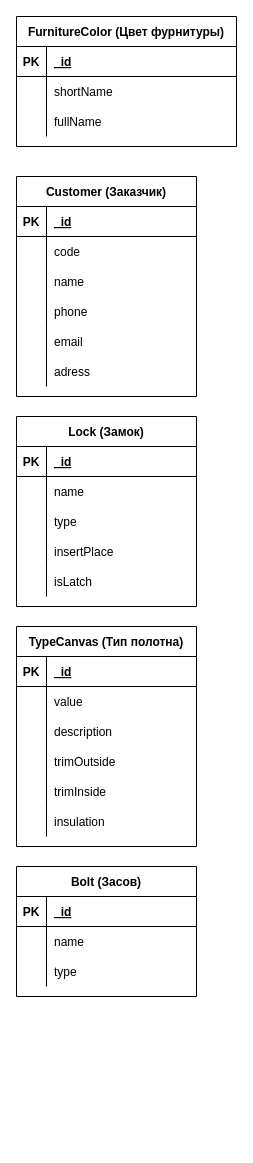
Above: schema.drawio in ProSysYo/bunker (draw.io), before the change. Source tidied: cells renumbered, new cells numbered last; positions are measured from the earlier drawing's top-left corner, leaving out a move shared by most shapes. Both pictures are drawn from the tidied source at 100%, with x=0, y=0 at pixel (16, 16).
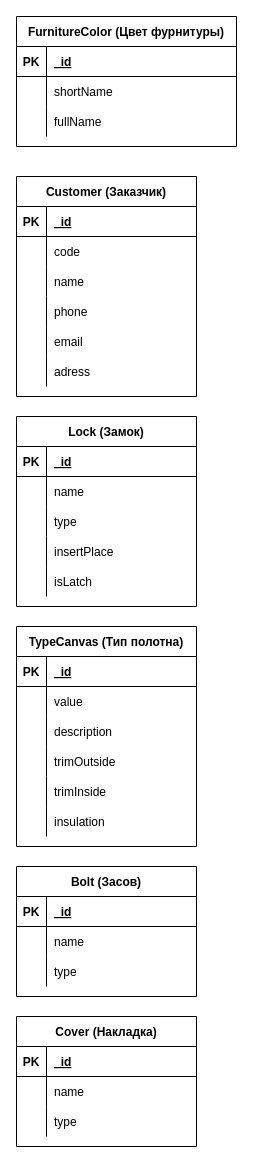
The same diagram, later.

Change to the diagram source:
```diff
@@
+    <mxCell id="76" value="Cover (Накладка)" style="shape=table;startSize=30;childLayout=tableLayout;rowLines=0;fontStyle=1;align=center;" parent="1" vertex="1">
+      <mxGeometry y="1000" width="180" height="130" as="geometry" />
+    </mxCell>
+    <mxCell id="77" style="shape=partialRectangle;fillColor=none;top=0;left=0;bottom=1;right=0;" parent="76" vertex="1">
+      <mxGeometry y="30" width="180" height="30" as="geometry" />
+    </mxCell>
+    <mxCell id="78" value="PK" style="shape=partialRectangle;fillColor=none;top=0;left=0;bottom=0;right=0;fontStyle=1;overflow=hidden;" parent="77" vertex="1">
+      <mxGeometry width="30" height="30" as="geometry" />
+    </mxCell>
+    <mxCell id="79" value="_id" style="shape=partialRectangle;fillColor=none;top=0;left=0;bottom=0;right=0;align=left;spacingLeft=6;fontStyle=5;overflow=hidden;" parent="77" vertex="1">
+      <mxGeometry x="30" width="150" height="30" as="geometry" />
+    </mxCell>
+    <mxCell id="80" style="shape=partialRectangle;fillColor=none;top=0;left=0;bottom=0;right=0;" parent="76" vertex="1">
+      <mxGeometry y="60" width="180" height="30" as="geometry" />
+    </mxCell>
+    <mxCell id="81" style="shape=partialRectangle;fillColor=none;top=0;left=0;bottom=0;right=0;overflow=hidden;" parent="80" vertex="1">
+      <mxGeometry width="30" height="30" as="geometry" />
+    </mxCell>
+    <mxCell id="82" value="name" style="shape=partialRectangle;fillColor=none;top=0;left=0;bottom=0;right=0;align=left;spacingLeft=6;overflow=hidden;" parent="80" vertex="1">
+      <mxGeometry x="30" width="150" height="30" as="geometry" />
+    </mxCell>
+    <mxCell id="83" style="shape=partialRectangle;fillColor=none;top=0;left=0;bottom=0;right=0;" parent="76" vertex="1">
+      <mxGeometry y="90" width="180" height="30" as="geometry" />
+    </mxCell>
+    <mxCell id="84" style="shape=partialRectangle;fillColor=none;top=0;left=0;bottom=0;right=0;overflow=hidden;" parent="83" vertex="1">
+      <mxGeometry width="30" height="30" as="geometry" />
+    </mxCell>
+    <mxCell id="85" value="type" style="shape=partialRectangle;fillColor=none;top=0;left=0;bottom=0;right=0;align=left;spacingLeft=6;overflow=hidden;" parent="83" vertex="1">
+      <mxGeometry x="30" width="150" height="30" as="geometry" />
+    </mxCell>
```
